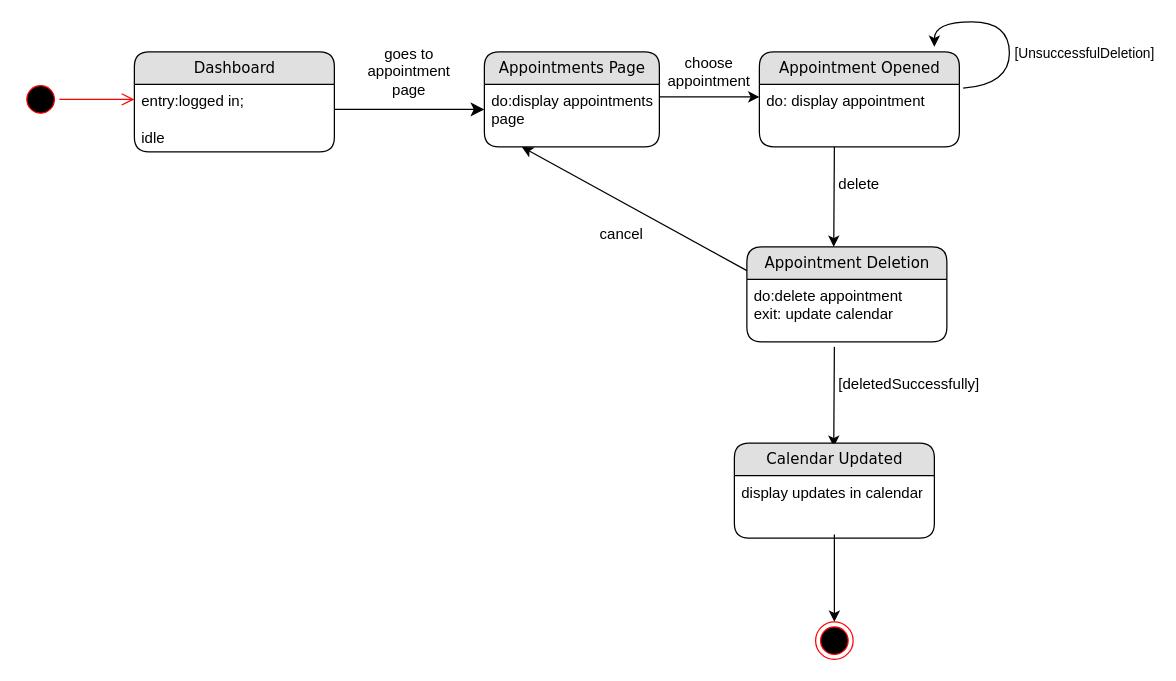
Earlier version of the draw.io diagram Diagrams/State Chart Diagrams FINAL/ST_09 DELETE APPOINTMENT.drawio (kkasharaj17/SE-project). Source tidied: cells renumbered, new cells numbered last; positions are measured from the earlier drawing's top-left corner, leaving out a move shared by most shapes. Both pictures are drawn from the tidied source at 125%, with x=0, y=0 at pixel (21, 21).
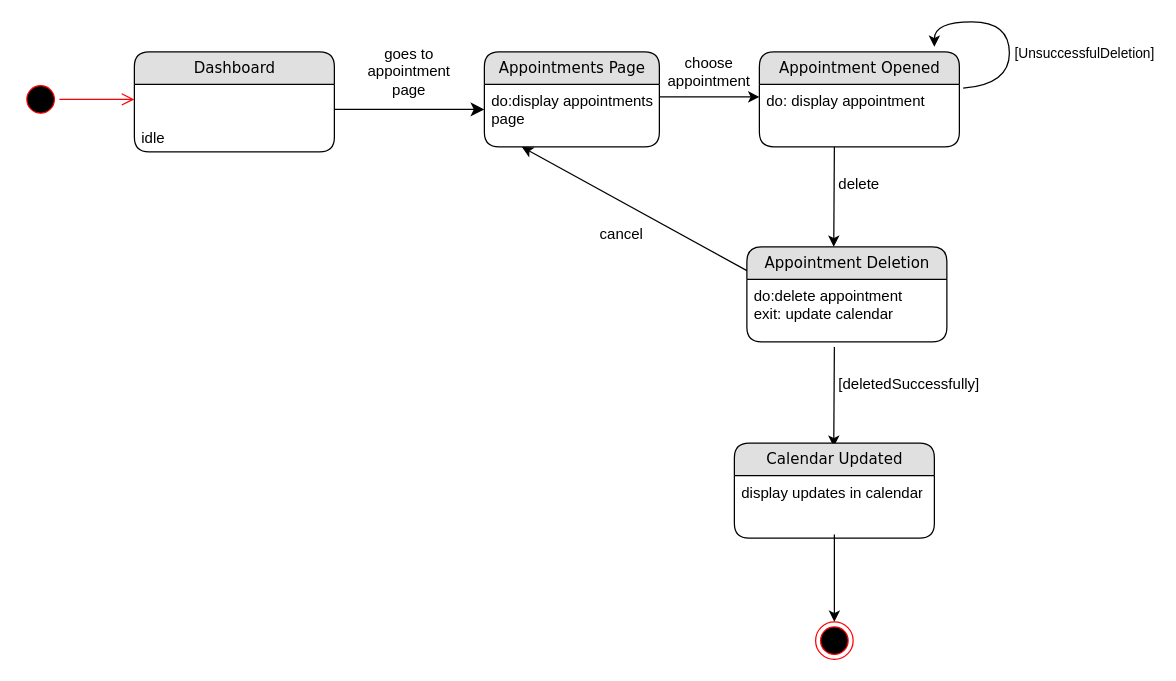
The same page after the edit.

The change refers to these unchanged cells:
```xml
<mxCell id="2" value="Dashboard" style="swimlane;html=1;fontStyle=0;horizontal=1;startSize=26;fillColor=#e0e0e0;swimlaneFillColor=#ffffff;align=center;rounded=1;shadow=0;comic=0;labelBackgroundColor=none;strokeWidth=1;fontFamily=Verdana;fontSize=12;" parent="1" vertex="1">
  <mxGeometry x="90" y="24" width="160" height="80" as="geometry" />
</mxCell>
```

The edit, as a diff of the source:
```diff
@@
-    <mxCell id="3" value="entry:logged in;&lt;br&gt;&lt;br&gt;idle" style="text;html=1;strokeColor=none;fillColor=none;spacingLeft=4;spacingRight=4;whiteSpace=wrap;overflow=hidden;" parent="2" vertex="1">
+    <mxCell id="3" value="&lt;br&gt;&lt;br&gt;idle" style="text;html=1;strokeColor=none;fillColor=none;spacingLeft=4;spacingRight=4;whiteSpace=wrap;overflow=hidden;" parent="2" vertex="1">
       <mxGeometry y="26" width="160" height="54" as="geometry" />
     </mxCell>
```
